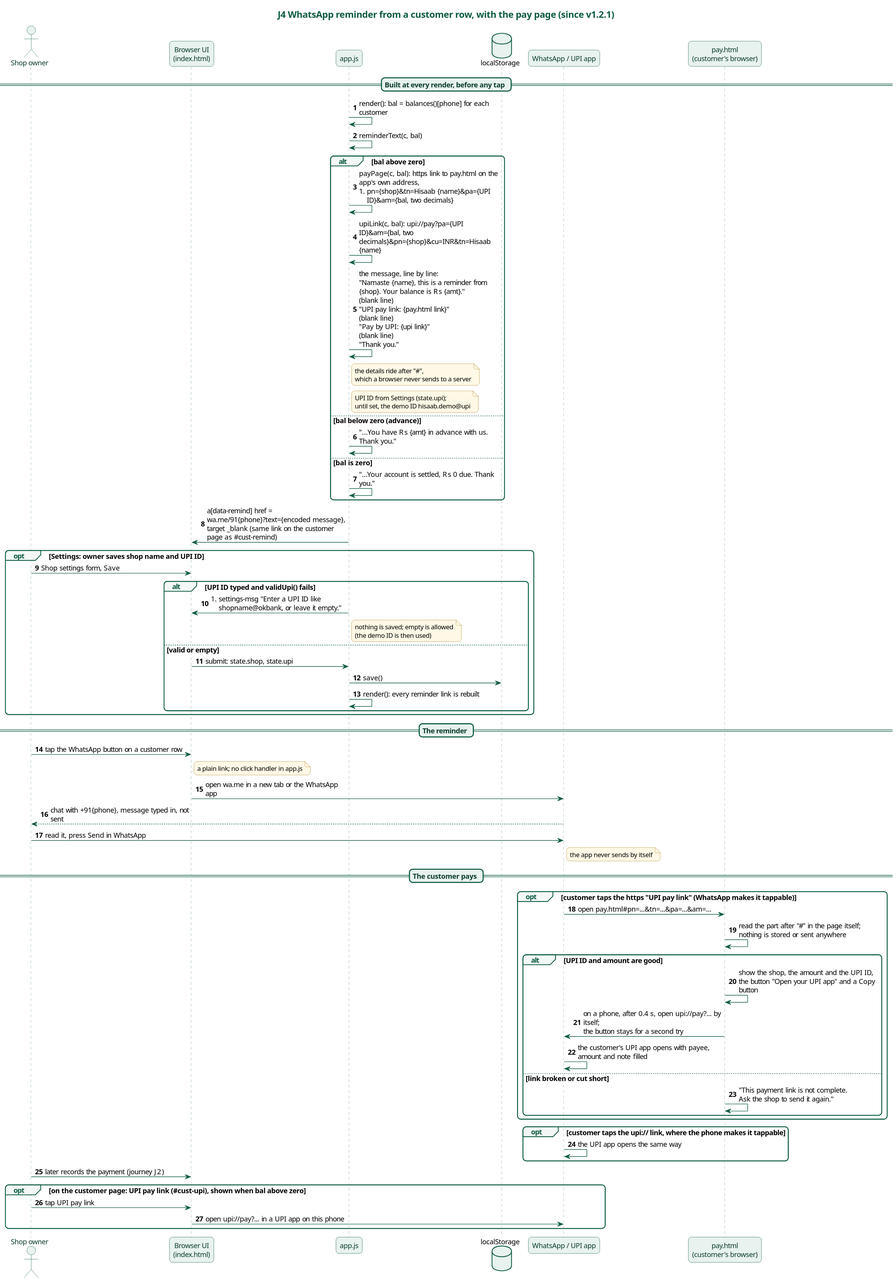
Earlier version of the PlantUML export docs/diagrams/j4-whatsapp-reminder.svg (karwasanjay007/hisaab-docs).
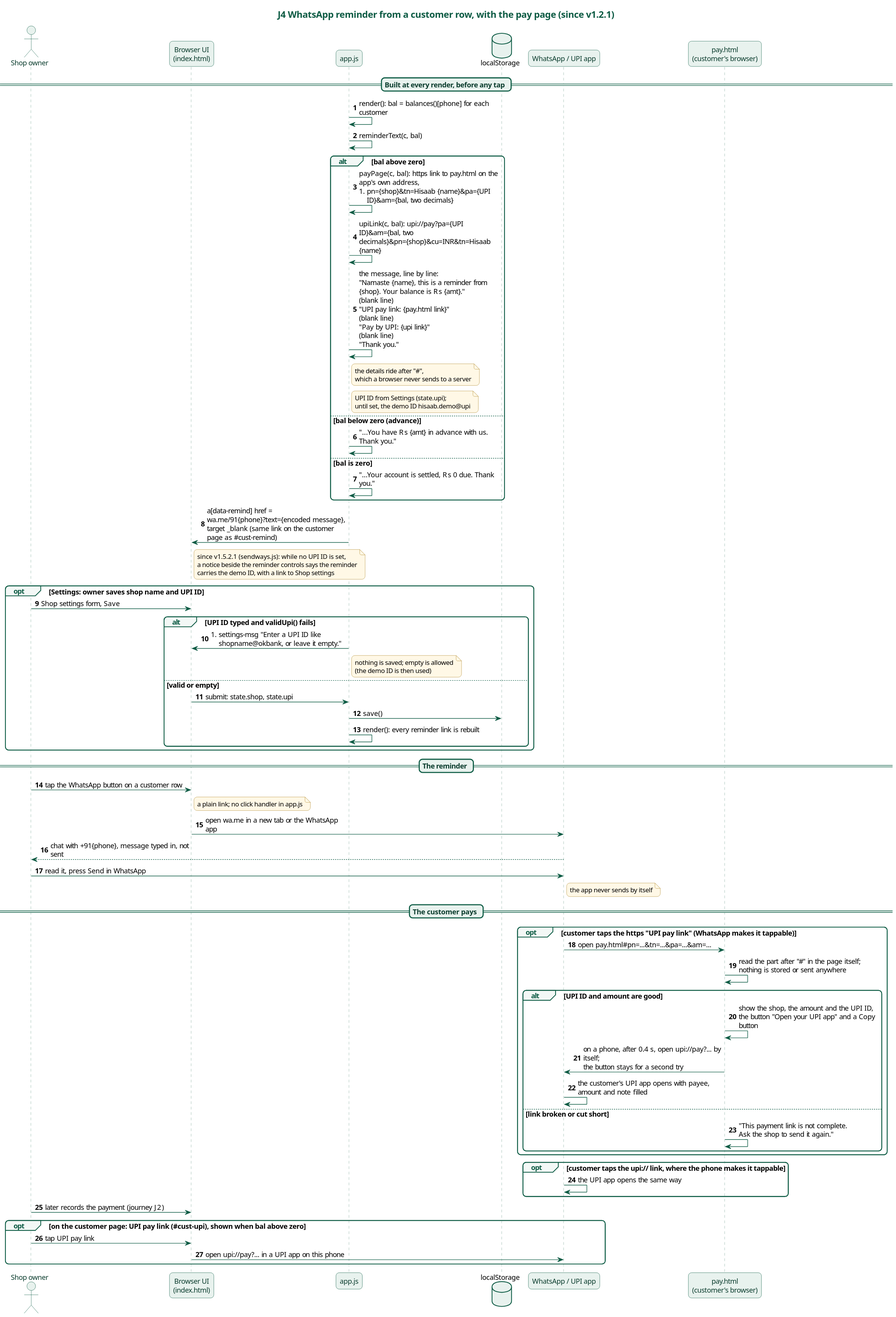
The same file after the commit.

The edit, as a diff of the source:
```diff
@@ -59,6 +59,7 @@
   App -> App : "...Your account is settled, Rs 0 due. Thank you."
 end
 App -> UI : a[data-remind] href = wa.me/91{phone}?text={encoded message},\ntarget _blank (same link on the customer page as #cust-remind)
+note right of UI : since v1.5.2.1 (sendways.js): while no UPI ID is set,\na notice beside the reminder controls says the reminder\ncarries the demo ID, with a link to Shop settings
 opt Settings: owner saves shop name and UPI ID
   Owner -> UI : Shop settings form, Save
   alt UPI ID typed and validUpi() fails
```
